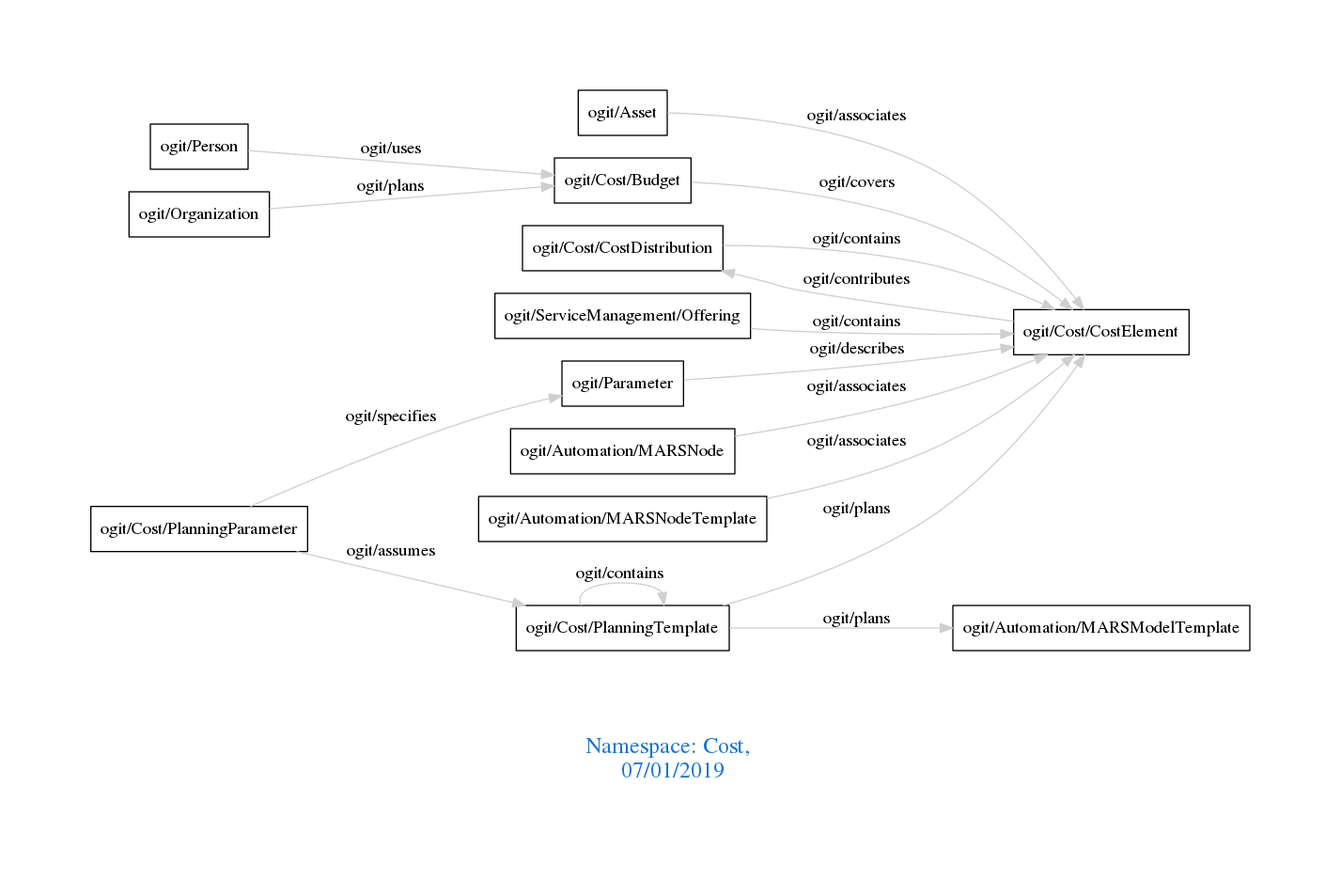
Above: downloads/Cost.png in arago/OGIT (Graphviz), before the change. Its source is kept beside it as downloads/Cost.dot. Its diagram source:
```dot
digraph OGIT_ontology {
 graph [ rankdir= LR,pad=1
fontsize = 18,
fontcolor= dodgerblue3,label = "\n\n\nNamespace: Cost, \n 07/01/2019"];
node[shape=polygon];
edge [  color="gray81"];

   "ogit/Cost/CostDistribution" -> "ogit/Cost/CostElement" [label="   ogit/contains    "];
   "ogit/ServiceManagement/Offering" -> "ogit/Cost/CostElement" [label="   ogit/contains    "];
   "ogit/Cost/PlanningParameter" -> "ogit/Parameter" [label="   ogit/specifies    "];
   "ogit/Cost/Budget" -> "ogit/Cost/CostElement" [label="   ogit/covers    "];
   "ogit/Parameter" -> "ogit/Cost/CostElement" [label="   ogit/describes    "];
   "ogit/Cost/CostElement" -> "ogit/Cost/CostDistribution" [label="   ogit/contributes    "];
   "ogit/Automation/MARSNode" -> "ogit/Cost/CostElement" [label="   ogit/associates    "];
   "ogit/Automation/MARSNodeTemplate" -> "ogit/Cost/CostElement" [label="   ogit/associates    "];
   "ogit/Asset" -> "ogit/Cost/CostElement" [label="   ogit/associates    "];
   "ogit/Person" -> "ogit/Cost/Budget" [label="   ogit/uses    "];
   "ogit/Cost/PlanningTemplate" -> "ogit/Automation/MARSModelTemplate" [label="   ogit/plans    "];
   "ogit/Cost/PlanningTemplate" -> "ogit/Cost/CostElement" [label="   ogit/plans    "];
   "ogit/Organization" -> "ogit/Cost/Budget" [label="   ogit/plans    "];
   "ogit/Cost/PlanningParameter" -> "ogit/Cost/PlanningTemplate" [label="   ogit/assumes    "];
   "ogit/Cost/PlanningTemplate" -> "ogit/Cost/PlanningTemplate" [label="   ogit/contains    "];
}
```
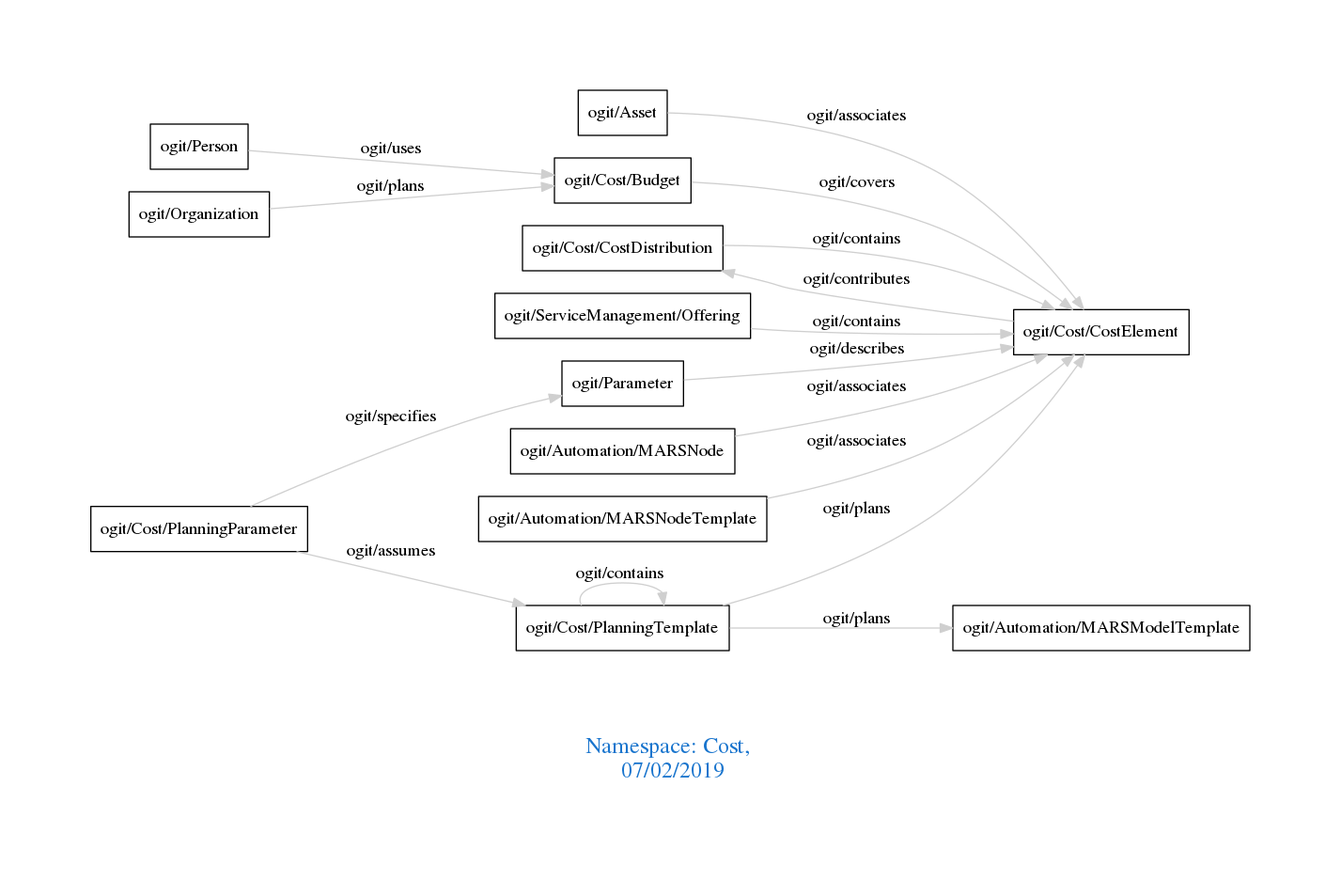
Later version of the same file.

Change to the diagram source:
```diff
@@ -1,7 +1,7 @@
 digraph OGIT_ontology {
  graph [ rankdir= LR,pad=1
 fontsize = 18,
-fontcolor= dodgerblue3,label = "\n\n\nNamespace: Cost, \n 07/01/2019"];
+fontcolor= dodgerblue3,label = "\n\n\nNamespace: Cost, \n 07/02/2019"];
 node[shape=polygon];
 edge [  color="gray81"];
 
```
